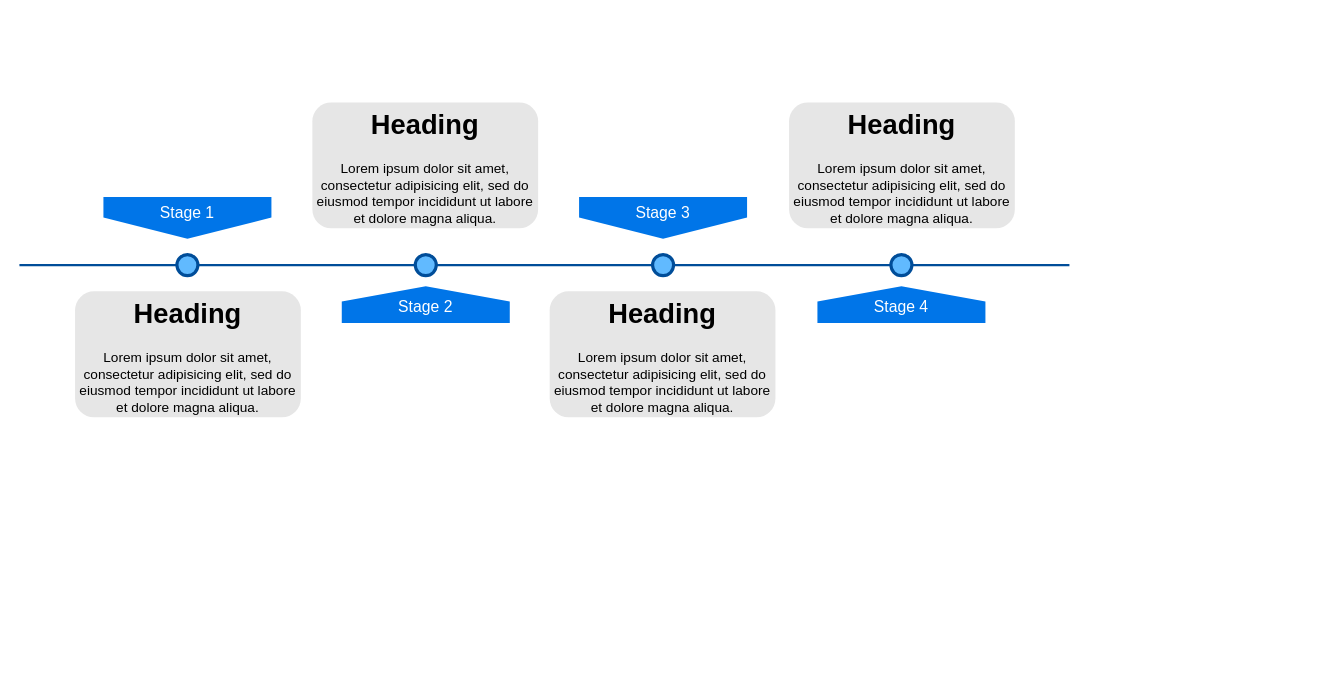
The draw.io diagram Untitled Diagram.drawio in markusforster/lora_weatherstation, before the edit. Source tidied: cells renumbered, new cells numbered last; positions are measured from the earlier drawing's top-left corner, leaving out a move shared by most shapes. Both pictures are drawn from the tidied source at 105%, with x=0, y=0 at pixel (19, 102).
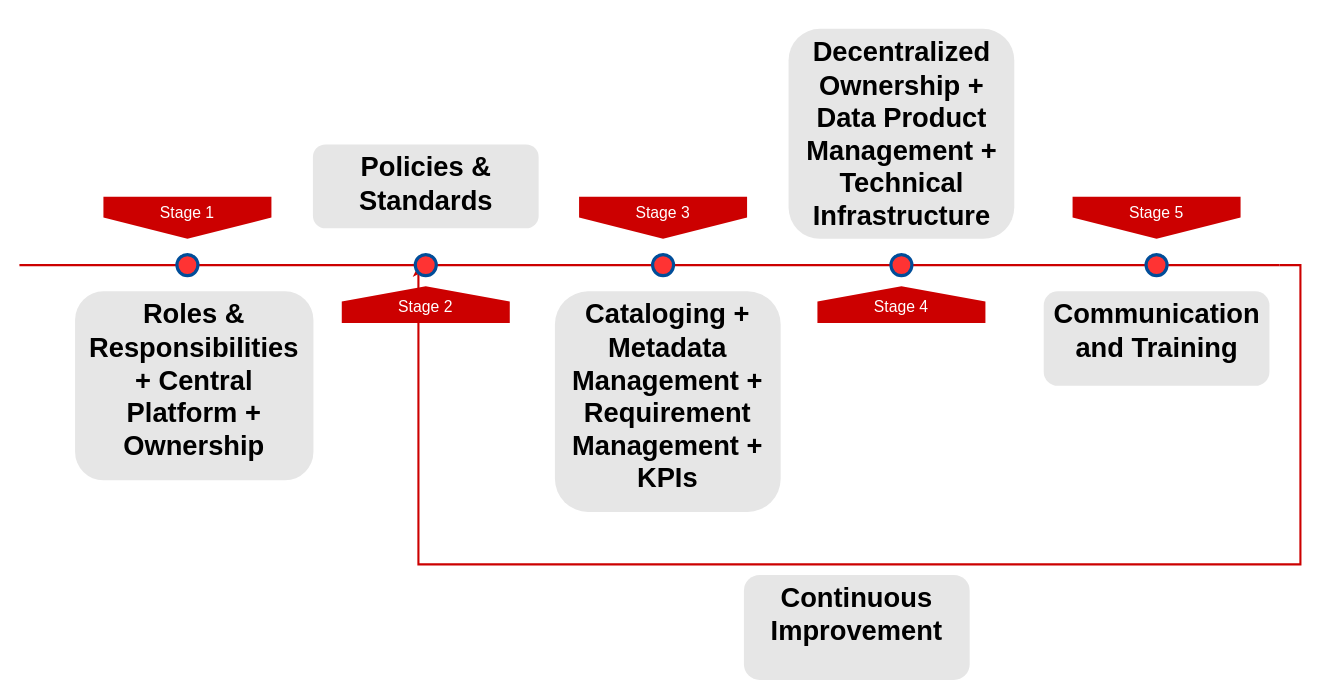
Above is the later version.

Change to the diagram source:
```diff
@@
+    <mxCell id="15" style="edgeStyle=orthogonalEdgeStyle;rounded=0;jettySize=auto;html=1;exitX=1;exitY=0.5;exitDx=0;exitDy=0;exitPerimeter=0;strokeColor=#CC0000;strokeWidth=2;elbow=vertical;" parent="1" edge="1" source="2">
+      <mxGeometry relative="1" as="geometry">
+        <mxPoint x="387" y="160" as="targetPoint" />
+        <Array as="points">
+          <mxPoint x="1220" y="155" />
+          <mxPoint x="1220" y="440" />
+          <mxPoint x="380" y="440" />
+        </Array>
+      </mxGeometry>
+    </mxCell>
-    <mxCell id="2" style="line;strokeWidth=2;html=1;fillColor=none;fontSize=28;fontColor=#004D99;strokeColor=#004D99;" parent="1" vertex="1">
-      <mxGeometry y="150" width="1000" height="10" as="geometry" />
+    <mxCell id="2" style="line;strokeWidth=2;html=1;fillColor=none;fontSize=28;fontColor=#004D99;strokeColor=#CC0000;" parent="1" vertex="1">
+      <mxGeometry y="150" width="1200" height="10" as="geometry" />
     </mxCell>
-    <mxCell id="3" value="Stage 1" style="shape=offPageConnector;whiteSpace=wrap;html=1;fillColor=#0075E8;fontSize=15;fontColor=#FFFFFF;size=0.5093750000000015;verticalAlign=top;strokeColor=none;" parent="1" vertex="1">
+    <mxCell id="3" value="Stage 1" style="shape=offPageConnector;whiteSpace=wrap;html=1;fillColor=#CC0000;fontSize=15;fontColor=#FFFFFF;size=0.5093750000000015;verticalAlign=top;strokeColor=none;" parent="1" vertex="1">
       <mxGeometry x="80" y="90" width="160" height="40" as="geometry" />
     </mxCell>
-    <mxCell id="4" value="&lt;span&gt;Stage 3&lt;/span&gt;" style="shape=offPageConnector;whiteSpace=wrap;html=1;fillColor=#0075E8;fontSize=15;fontColor=#FFFFFF;size=0.5093750000000015;verticalAlign=top;strokeColor=none;" parent="1" vertex="1">
+    <mxCell id="4" value="&lt;span&gt;Stage 3&lt;/span&gt;" style="shape=offPageConnector;whiteSpace=wrap;html=1;fillColor=#CC0000;fontSize=15;fontColor=#FFFFFF;size=0.5093750000000015;verticalAlign=top;strokeColor=none;" parent="1" vertex="1">
       <mxGeometry x="533" y="90" width="160" height="40" as="geometry" />
     </mxCell>
-    <mxCell id="5" value="&lt;span&gt;Stage 2&lt;/span&gt;" style="shape=offPageConnector;whiteSpace=wrap;html=1;fillColor=#0075E8;fontSize=15;fontColor=#FFFFFF;size=0.4178571428571445;flipV=1;verticalAlign=bottom;strokeColor=none;spacingBottom=4;" parent="1" vertex="1">
+    <mxCell id="5" value="&lt;span&gt;Stage 2&lt;/span&gt;" style="shape=offPageConnector;whiteSpace=wrap;html=1;fillColor=#CC0000;fontSize=15;fontColor=#FFFFFF;size=0.4178571428571445;flipV=1;verticalAlign=bottom;strokeColor=none;spacingBottom=4;" parent="1" vertex="1">
       <mxGeometry x="307" y="175" width="160" height="35" as="geometry" />
     </mxCell>
-    <mxCell id="6" value="&lt;span&gt;Stage 4&lt;/span&gt;" style="shape=offPageConnector;whiteSpace=wrap;html=1;fillColor=#0075E8;fontSize=15;fontColor=#FFFFFF;size=0.4178571428571445;flipV=1;verticalAlign=bottom;strokeColor=none;spacingBottom=4;" parent="1" vertex="1">
+    <mxCell id="6" value="&lt;span&gt;Stage 4&lt;/span&gt;" style="shape=offPageConnector;whiteSpace=wrap;html=1;fillColor=#CC0000;fontSize=15;fontColor=#FFFFFF;size=0.4178571428571445;flipV=1;verticalAlign=bottom;strokeColor=none;spacingBottom=4;" parent="1" vertex="1">
       <mxGeometry x="760" y="175" width="160" height="35" as="geometry" />
     </mxCell>
-    <mxCell id="7" style="ellipse;whiteSpace=wrap;html=1;fillColor=#61BAFF;fontSize=28;fontColor=#004D99;strokeWidth=3;strokeColor=#004D99;" parent="1" vertex="1">
+    <mxCell id="7" style="ellipse;whiteSpace=wrap;html=1;fillColor=#FF3333;fontSize=28;fontColor=#004D99;strokeWidth=3;strokeColor=#004D99;" parent="1" vertex="1">
       <mxGeometry x="150" y="145" width="20" height="20" as="geometry" />
     </mxCell>
-    <mxCell id="8" style="ellipse;whiteSpace=wrap;html=1;fillColor=#61BAFF;fontSize=28;fontColor=#004D99;strokeWidth=3;strokeColor=#004D99;" parent="1" vertex="1">
+    <mxCell id="8" style="ellipse;whiteSpace=wrap;html=1;fillColor=#FF3333;fontSize=28;fontColor=#004D99;strokeWidth=3;strokeColor=#004D99;" parent="1" vertex="1">
       <mxGeometry x="377" y="145" width="20" height="20" as="geometry" />
     </mxCell>
-    <mxCell id="9" style="ellipse;whiteSpace=wrap;html=1;fillColor=#61BAFF;fontSize=28;fontColor=#004D99;strokeWidth=3;strokeColor=#004D99;" parent="1" vertex="1">
+    <mxCell id="9" style="ellipse;whiteSpace=wrap;html=1;fillColor=#FF3333;fontSize=28;fontColor=#004D99;strokeWidth=3;strokeColor=#004D99;" parent="1" vertex="1">
       <mxGeometry x="603" y="145" width="20" height="20" as="geometry" />
     </mxCell>
-    <mxCell id="10" style="ellipse;whiteSpace=wrap;html=1;fillColor=#61BAFF;fontSize=28;fontColor=#004D99;strokeWidth=3;strokeColor=#004D99;" parent="1" vertex="1">
+    <mxCell id="10" style="ellipse;whiteSpace=wrap;html=1;fillColor=#FF3333;fontSize=28;fontColor=#004D99;strokeWidth=3;strokeColor=#004D99;" parent="1" vertex="1">
       <mxGeometry x="830" y="145" width="20" height="20" as="geometry" />
     </mxCell>
-    <mxCell id="11" value="&lt;h1&gt;Heading&lt;/h1&gt;&lt;p&gt;Lorem ipsum dolor sit amet, consectetur adipisicing elit, sed do eiusmod tempor incididunt ut labore et dolore magna aliqua.&lt;/p&gt;" style="text;html=1;spacing=5;spacingTop=-20;whiteSpace=wrap;overflow=hidden;strokeColor=none;strokeWidth=3;fillColor=#E6E6E6;fontSize=13;fontColor=#000000;align=center;rounded=1;" parent="1" vertex="1">
-      <mxGeometry x="53" y="180" width="215" height="120" as="geometry" />
+    <mxCell id="11" value="&lt;h1&gt;Roles &amp;amp; Responsibilities + Central Platform + Ownership&lt;/h1&gt;&lt;p&gt;&lt;br&gt;&lt;/p&gt;" style="text;html=1;spacing=5;spacingTop=-20;whiteSpace=wrap;overflow=hidden;strokeColor=none;strokeWidth=3;fillColor=#E6E6E6;fontSize=13;fontColor=#000000;align=center;rounded=1;" parent="1" vertex="1">
+      <mxGeometry x="53" y="180" width="227" height="180" as="geometry" />
     </mxCell>
-    <mxCell id="12" value="&lt;h1&gt;Heading&lt;/h1&gt;&lt;p&gt;Lorem ipsum dolor sit amet, consectetur adipisicing elit, sed do eiusmod tempor incididunt ut labore et dolore magna aliqua.&lt;/p&gt;" style="text;html=1;spacing=5;spacingTop=-20;whiteSpace=wrap;overflow=hidden;strokeColor=none;strokeWidth=3;fillColor=#E6E6E6;fontSize=13;fontColor=#000000;align=center;rounded=1;" parent="1" vertex="1">
-      <mxGeometry x="279" width="215" height="120" as="geometry" />
+    <mxCell id="12" value="&lt;h1&gt;Policies &amp;amp; Standards&lt;/h1&gt;" style="text;html=1;spacing=5;spacingTop=-20;whiteSpace=wrap;overflow=hidden;strokeColor=none;strokeWidth=3;fillColor=#E6E6E6;fontSize=13;fontColor=#000000;align=center;rounded=1;" parent="1" vertex="1">
+      <mxGeometry x="279.5" y="40" width="215" height="80" as="geometry" />
     </mxCell>
-    <mxCell id="13" value="&lt;h1&gt;Heading&lt;/h1&gt;&lt;p&gt;Lorem ipsum dolor sit amet, consectetur adipisicing elit, sed do eiusmod tempor incididunt ut labore et dolore magna aliqua.&lt;/p&gt;" style="text;html=1;spacing=5;spacingTop=-20;whiteSpace=wrap;overflow=hidden;strokeColor=none;strokeWidth=3;fillColor=#E6E6E6;fontSize=13;fontColor=#000000;align=center;rounded=1;" parent="1" vertex="1">
-      <mxGeometry x="505" y="180" width="215" height="120" as="geometry" />
+    <mxCell id="13" value="&lt;h1&gt;Cataloging + Metadata Management + Requirement Management + KPIs&lt;/h1&gt;" style="text;html=1;spacing=5;spacingTop=-20;whiteSpace=wrap;overflow=hidden;strokeColor=none;strokeWidth=3;fillColor=#E6E6E6;fontSize=13;fontColor=#000000;align=center;rounded=1;" parent="1" vertex="1">
+      <mxGeometry x="510" y="180" width="215" height="210" as="geometry" />
     </mxCell>
-    <mxCell id="14" value="&lt;h1&gt;Heading&lt;/h1&gt;&lt;p&gt;Lorem ipsum dolor sit amet, consectetur adipisicing elit, sed do eiusmod tempor incididunt ut labore et dolore magna aliqua.&lt;/p&gt;" style="text;html=1;spacing=5;spacingTop=-20;whiteSpace=wrap;overflow=hidden;strokeColor=none;strokeWidth=3;fillColor=#E6E6E6;fontSize=13;fontColor=#000000;align=center;rounded=1;" parent="1" vertex="1">
-      <mxGeometry x="733" width="215" height="120" as="geometry" />
+    <mxCell id="14" value="&lt;h1&gt;Decentralized Ownership + Data Product Management + Technical Infrastructure&lt;/h1&gt;" style="text;html=1;spacing=5;spacingTop=-20;whiteSpace=wrap;overflow=hidden;strokeColor=none;strokeWidth=3;fillColor=#E6E6E6;fontSize=13;fontColor=#000000;align=center;rounded=1;" parent="1" vertex="1">
+      <mxGeometry x="732.5" y="-70" width="215" height="200" as="geometry" />
     </mxCell>
+    <mxCell id="16" value="&lt;span&gt;Stage 5&lt;/span&gt;" style="shape=offPageConnector;whiteSpace=wrap;html=1;fillColor=#CC0000;fontSize=15;fontColor=#FFFFFF;size=0.5093750000000015;verticalAlign=top;strokeColor=none;" parent="1" vertex="1">
+      <mxGeometry x="1003" y="90" width="160" height="40" as="geometry" />
+    </mxCell>
+    <mxCell id="17" style="ellipse;whiteSpace=wrap;html=1;fillColor=#FF3333;fontSize=28;fontColor=#004D99;strokeWidth=3;strokeColor=#004D99;" parent="1" vertex="1">
+      <mxGeometry x="1073" y="145" width="20" height="20" as="geometry" />
+    </mxCell>
+    <mxCell id="18" value="&lt;h1&gt;Communication and Training&lt;/h1&gt;" style="text;html=1;spacing=5;spacingTop=-20;whiteSpace=wrap;overflow=hidden;strokeColor=none;strokeWidth=3;fillColor=#E6E6E6;fontSize=13;fontColor=#000000;align=center;rounded=1;" parent="1" vertex="1">
+      <mxGeometry x="975.5" y="180" width="215" height="90" as="geometry" />
+    </mxCell>
+    <mxCell id="19" value="&lt;h1&gt;Continuous Improvement&lt;/h1&gt;" style="text;html=1;spacing=5;spacingTop=-20;whiteSpace=wrap;overflow=hidden;strokeColor=none;strokeWidth=3;fillColor=#E6E6E6;fontSize=13;fontColor=#000000;align=center;rounded=1;" parent="1" vertex="1">
+      <mxGeometry x="690" y="450" width="215" height="100" as="geometry" />
+    </mxCell>
```
